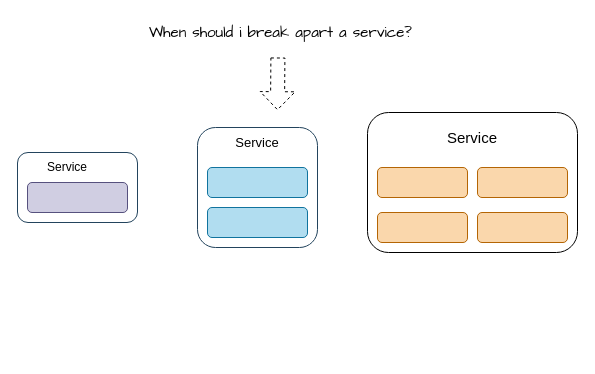
Before: Untitled Diagram.drawio in rohsin47/draw-io, a draw.io diagram. Source tidied: cells renumbered, new cells numbered last; positions are measured from the earlier drawing's top-left corner, leaving out a move shared by most shapes. Both pictures are drawn from the tidied source at 100%, with x=0, y=0 at pixel (17, 17).
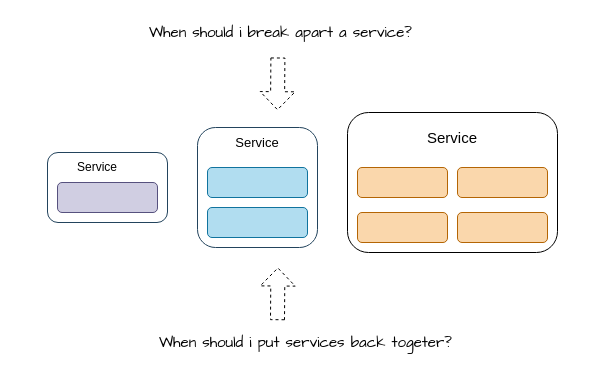
The same diagram, later.

The edit, as a diff of the source:
```diff
@@
     <mxCell id="2" style="rounded=1;whiteSpace=wrap;html=1;fillColor=none;strokeColor=#23445d;" parent="1" vertex="1">
-      <mxGeometry y="135" width="120" height="70" as="geometry" />
+      <mxGeometry x="30" y="135" width="120" height="70" as="geometry" />
     </mxCell>
     <mxCell id="3" value="Service" style="text;html=1;strokeColor=none;fillColor=none;align=center;verticalAlign=middle;whiteSpace=wrap;rounded=0;" parent="1" vertex="1">
-      <mxGeometry x="20" y="135" width="60" height="30" as="geometry" />
+      <mxGeometry x="50" y="135" width="60" height="30" as="geometry" />
     </mxCell>
@@
     <mxCell id="8" style="rounded=1;whiteSpace=wrap;html=1;" parent="1" vertex="1">
-      <mxGeometry x="350" y="95" width="210" height="140" as="geometry" />
+      <mxGeometry x="330" y="95" width="210" height="140" as="geometry" />
     </mxCell>
     <mxCell id="9" style="rounded=1;whiteSpace=wrap;html=1;fillColor=#fad7ac;strokeColor=#b46504;" parent="1" vertex="1">
-      <mxGeometry x="360" y="150" width="90" height="30" as="geometry" />
+      <mxGeometry x="340" y="150" width="90" height="30" as="geometry" />
     </mxCell>
     <mxCell id="10" style="rounded=1;whiteSpace=wrap;html=1;fillColor=#fad7ac;strokeColor=#b46504;" parent="1" vertex="1">
-      <mxGeometry x="360" y="195" width="90" height="30" as="geometry" />
+      <mxGeometry x="340" y="195" width="90" height="30" as="geometry" />
     </mxCell>
     <mxCell id="11" style="rounded=1;whiteSpace=wrap;html=1;fillColor=#fad7ac;strokeColor=#b46504;" parent="1" vertex="1">
-      <mxGeometry x="460" y="150" width="90" height="30" as="geometry" />
+      <mxGeometry x="440" y="150" width="90" height="30" as="geometry" />
     </mxCell>
     <mxCell id="12" style="rounded=1;whiteSpace=wrap;html=1;fillColor=#fad7ac;strokeColor=#b46504;" parent="1" vertex="1">
-      <mxGeometry x="460" y="195" width="90" height="30" as="geometry" />
+      <mxGeometry x="440" y="195" width="90" height="30" as="geometry" />
     </mxCell>
     <mxCell id="13" value="&lt;font style=&quot;font-size: 15px;&quot;&gt;Service&lt;/font&gt;" style="text;html=1;strokeColor=none;fillColor=none;align=center;verticalAlign=middle;whiteSpace=wrap;rounded=0;" parent="1" vertex="1">
-      <mxGeometry x="425" y="105" width="60" height="30" as="geometry" />
+      <mxGeometry x="405" y="105" width="60" height="30" as="geometry" />
     </mxCell>
     <mxCell id="14" style="rounded=1;whiteSpace=wrap;html=1;fillColor=#d0cee2;strokeColor=#56517e;" parent="1" vertex="1">
-      <mxGeometry x="10" y="165" width="100" height="30" as="geometry" />
+      <mxGeometry x="40" y="165" width="100" height="30" as="geometry" />
     </mxCell>
@@
+    <mxCell id="17" value="&lt;font style=&quot;font-size: 15px;&quot; face=&quot;Comic Sans MS&quot;&gt;When should i put services back togeter?&lt;/font&gt;" style="text;html=1;strokeColor=none;fillColor=none;align=left;verticalAlign=middle;whiteSpace=wrap;rounded=0;" parent="1" vertex="1">
+      <mxGeometry x="140" y="310" width="300" height="30" as="geometry" />
+    </mxCell>
+    <mxCell id="18" style="shape=flexArrow;endArrow=classic;html=1;rounded=0;width=14;endSize=5.67;entryX=0.472;entryY=-0.061;entryDx=0;entryDy=0;entryPerimeter=0;fillColor=default;fillStyle=dots;dashed=1;" parent="1" edge="1">
+      <mxGeometry relative="1" as="geometry">
+        <mxPoint x="260" y="302.7" as="sourcePoint" />
+        <mxPoint x="260.4" y="250" as="targetPoint" />
+      </mxGeometry>
+    </mxCell>
```
